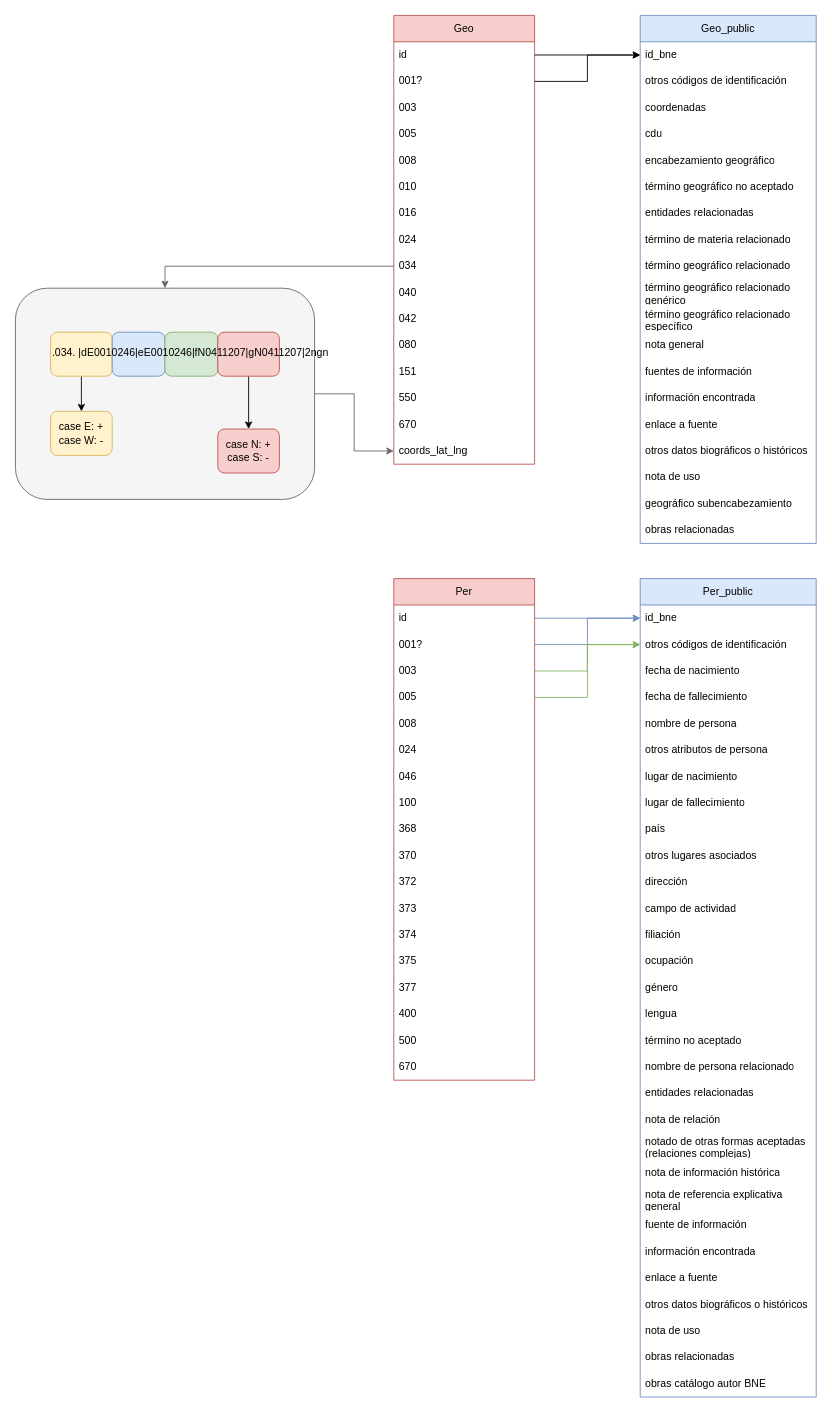
vgenov-py/bne_api keeps this draw.io diagram as draw/models.drawio. Above is the earlier version. Source tidied: cells renumbered, new cells numbered last; positions are measured from the earlier drawing's top-left corner, leaving out a move shared by most shapes. Both pictures are drawn from the tidied source at 88%, with x=0, y=0 at pixel (15, 15).
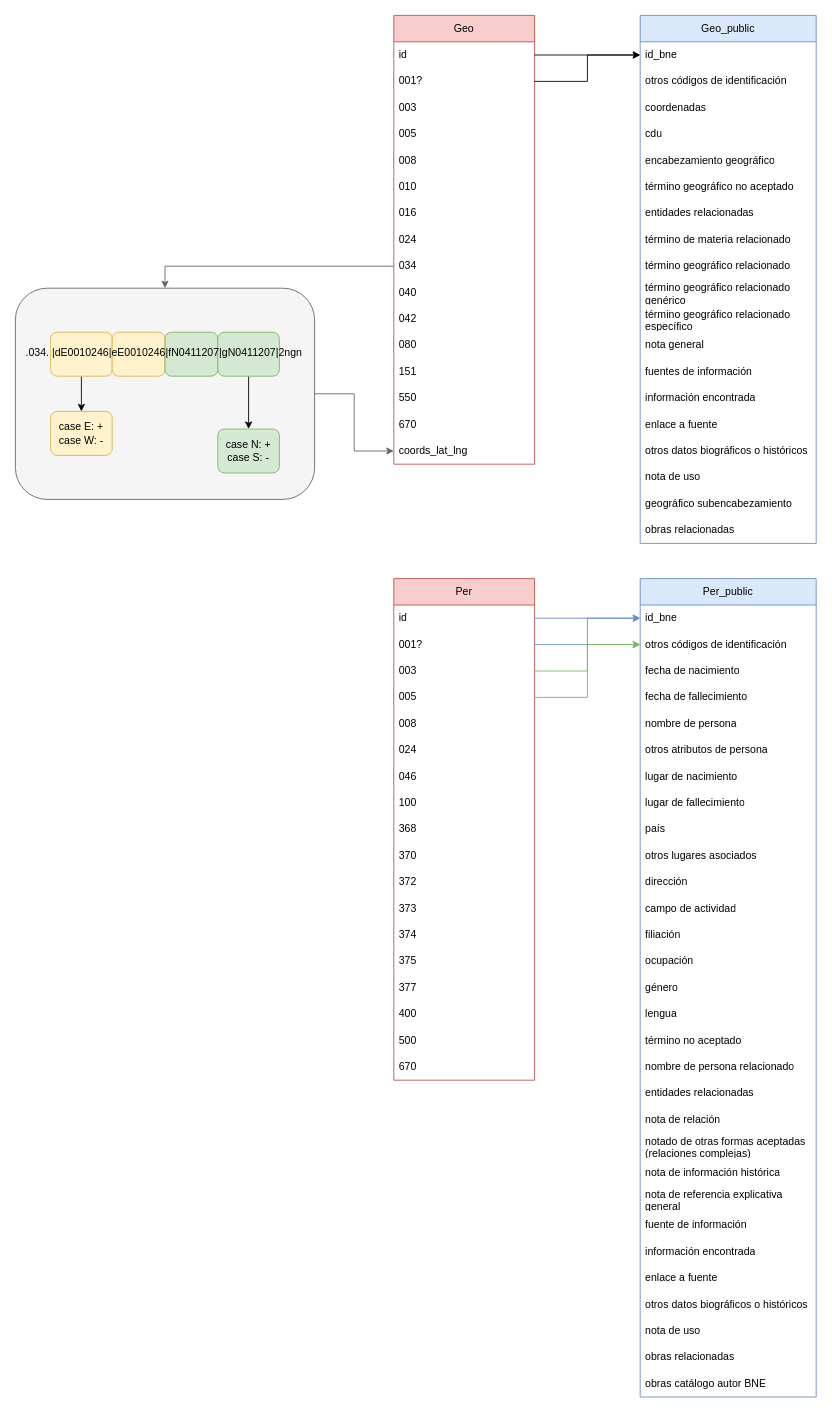
The same page after the edit.

Diff of the diagram source:
```diff
@@
-    <mxCell id="99" style="rounded=1;whiteSpace=wrap;html=1;fillColor=#dae8fc;strokeColor=#6c8ebf;" parent="1" vertex="1">
+    <mxCell id="99" style="rounded=1;whiteSpace=wrap;html=1;fillColor=#fff2cc;strokeColor=#d6b656;" parent="1" vertex="1">
       <mxGeometry x="110" y="360" width="60" height="50" as="geometry" />
     </mxCell>
@@
-    <mxCell id="102" style="rounded=1;whiteSpace=wrap;html=1;fillColor=#f8cecc;strokeColor=#b85450;" parent="1" vertex="1">
+    <mxCell id="102" style="rounded=1;whiteSpace=wrap;html=1;fillColor=#d5e8d4;strokeColor=#82b366;" parent="1" vertex="1">
       <mxGeometry x="230" y="360" width="70" height="50" as="geometry" />
     </mxCell>
     <mxCell id="103" value=".034. |dE0010246|eE0010246|fN0411207|gN0411207|2ngn" style="text;whiteSpace=wrap;html=1;" parent="1" vertex="1">
-      <mxGeometry x="40" y="370" width="350" height="40" as="geometry" />
+      <mxGeometry x="10" y="370" width="350" height="40" as="geometry" />
     </mxCell>
@@
-    <mxCell id="106" style="rounded=1;whiteSpace=wrap;html=1;fillColor=#f8cecc;strokeColor=#b85450;" parent="1" vertex="1">
+    <mxCell id="106" style="rounded=1;whiteSpace=wrap;html=1;fillColor=#d5e8d4;strokeColor=#82b366;" parent="1" vertex="1">
       <mxGeometry x="230" y="470" width="70" height="50" as="geometry" />
     </mxCell>
```
